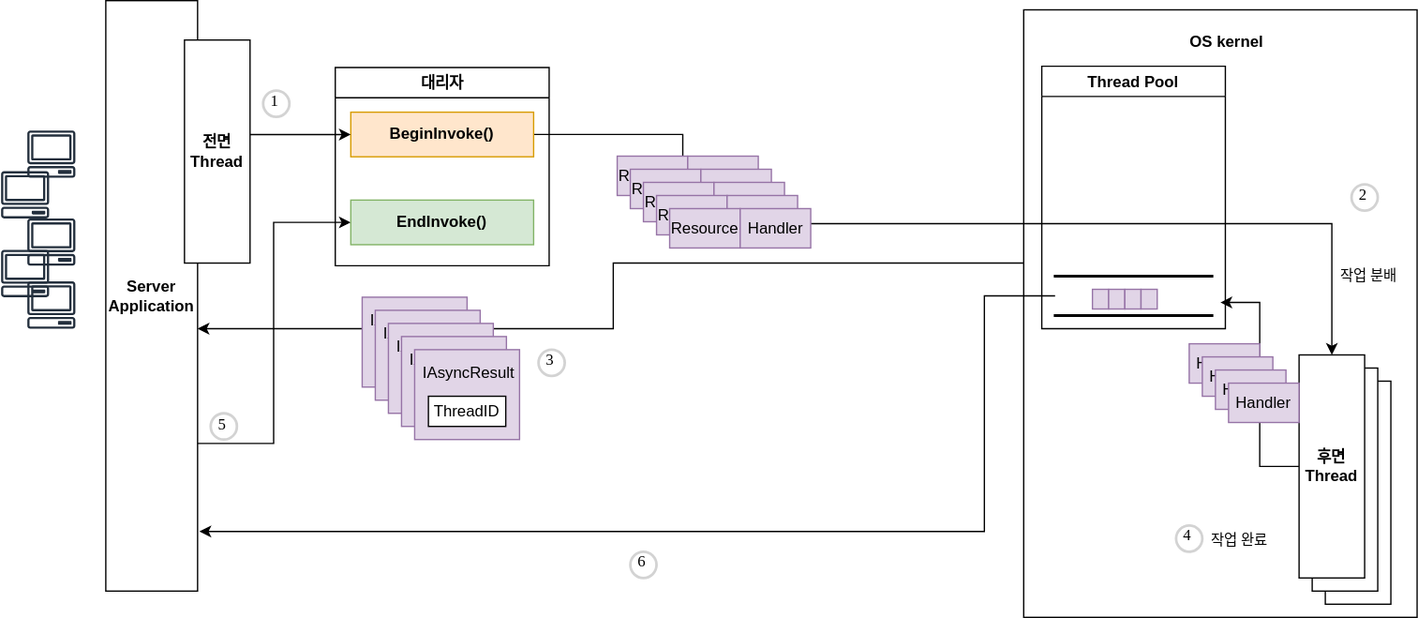
cs-study-org/cs-study keeps this draw.io diagram as 16/yongki/assets/apm-delegate.drawio.svg. Above is the earlier version. Source tidied: cells renumbered, new cells last; positions are measured from the earlier drawing's top-left corner, leaving out a move shared by most shapes.
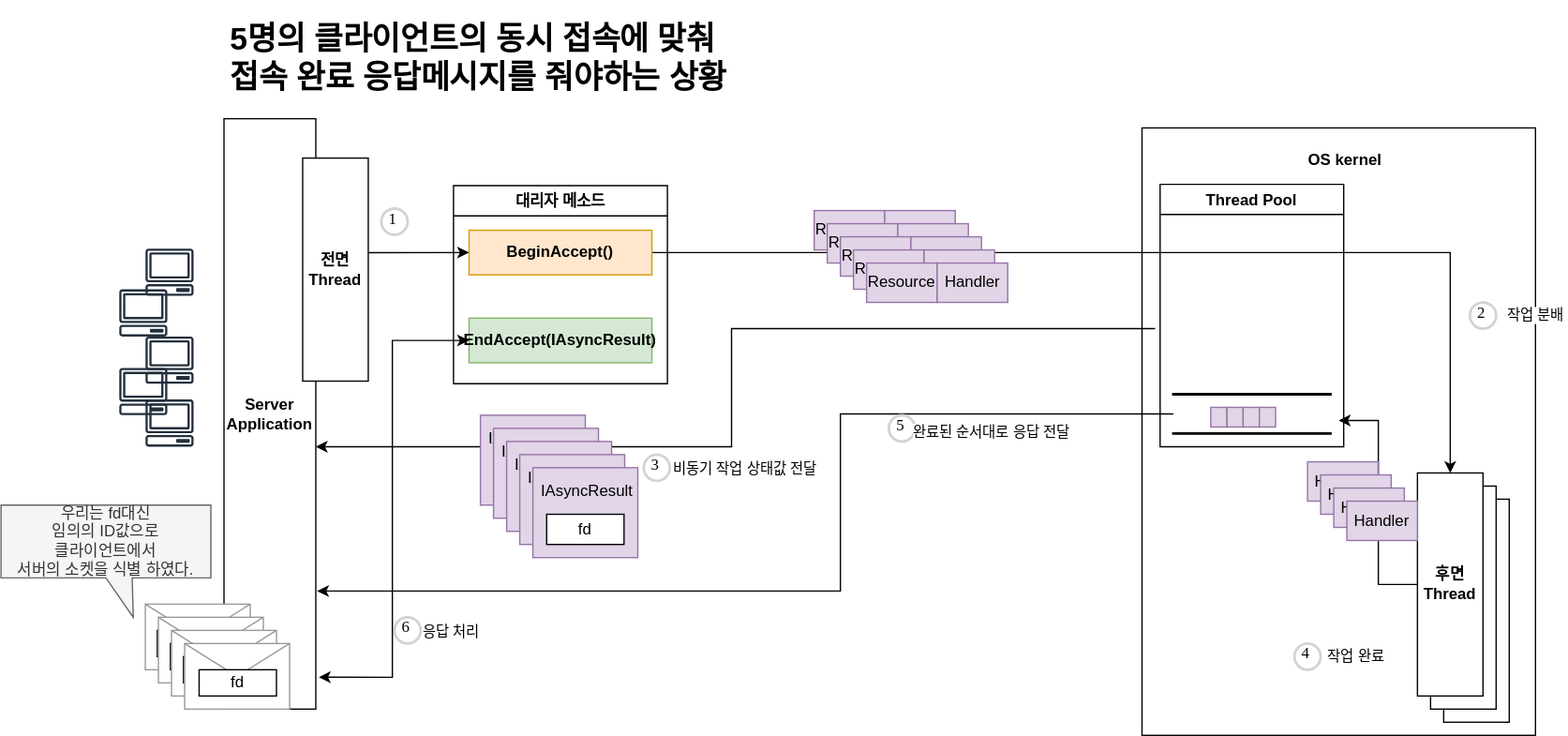
After the commit.

Diff of the diagram source:
```diff
@@ -2,17 +2,21 @@
   <root>
     <mxCell id="0" />
     <mxCell id="1" parent="0" />
+    <mxCell id="76" value="우리는 fd대신&lt;br&gt;임의의 ID값으로 &lt;br&gt;클라이언트에서 &lt;br&gt;서버의 소켓을 식별 하였다." style="shape=callout;whiteSpace=wrap;html=1;perimeter=calloutPerimeter;position2=0.63;fillColor=#f5f5f5;strokeColor=#666666;fontColor=#333333;" parent="1" vertex="1">
+      <mxGeometry x="-90" y="294.5" width="160" height="85.5" as="geometry" />
+    </mxCell>
+    <mxCell id="3" style="rounded=0;whiteSpace=wrap;html=1;" parent="1" vertex="1">
+      <mxGeometry x="780" y="7" width="300" height="463" as="geometry" />
+    </mxCell>
-    <mxCell id="2" style="edgeStyle=elbowEdgeStyle;rounded=0;html=1;exitX=0;exitY=0.75;exitDx=0;exitDy=0;" parent="1" edge="1" source="57">
+    <mxCell id="2" style="edgeStyle=elbowEdgeStyle;rounded=0;html=1;" parent="1" edge="1">
       <mxGeometry relative="1" as="geometry">
+        <mxPoint x="790" y="160" as="sourcePoint" />
         <mxPoint x="150" y="250" as="targetPoint" />
         <Array as="points">
           <mxPoint x="467" y="240" />
         </Array>
       </mxGeometry>
     </mxCell>
-    <mxCell id="3" style="rounded=0;whiteSpace=wrap;html=1;" parent="1" vertex="1">
-      <mxGeometry x="780" y="7" width="300" height="463" as="geometry" />
-    </mxCell>
     <mxCell id="4" style="rounded=0;whiteSpace=wrap;html=1;" parent="1" vertex="1">
       <mxGeometry x="1010" y="290" width="50" height="170" as="geometry" />
     </mxCell>
@@ -42,24 +46,19 @@
     <mxCell id="12" style="sketch=0;fontColor=#232F3E;gradientColor=none;fillColor=#232F3D;strokeColor=none;dashed=0;verticalLabelPosition=bottom;verticalAlign=top;align=center;html=1;fontSize=12;fontStyle=0;shape=mxgraph.aws4.client;" parent="1" vertex="1">
       <mxGeometry x="20" y="214" width="37" height="36" as="geometry" />
     </mxCell>
-    <mxCell id="13" style="edgeStyle=elbowEdgeStyle;rounded=0;html=1;exitX=1;exitY=0.75;exitDx=0;exitDy=0;entryX=0;entryY=0.5;entryDx=0;entryDy=0;" parent="1" edge="1" source="14" target="25">
-      <mxGeometry relative="1" as="geometry" />
-    </mxCell>
     <mxCell id="14" value="&lt;b&gt;Server&lt;br&gt;Application&lt;br&gt;&lt;/b&gt;" style="rounded=0;whiteSpace=wrap;html=1;" parent="1" vertex="1">
       <mxGeometry x="80" width="70" height="450" as="geometry" />
     </mxCell>
     <mxCell id="15" style="edgeStyle=orthogonalEdgeStyle;html=1;entryX=0.5;entryY=0;entryDx=0;entryDy=0;rounded=0;exitX=1;exitY=0.5;exitDx=0;exitDy=0;" parent="1" edge="1" source="24" target="7">
       <mxGeometry relative="1" as="geometry">
         <Array as="points">
-          <mxPoint x="520" y="102" />
-          <mxPoint x="520" y="170" />
-          <mxPoint x="1015" y="170" />
+          <mxPoint x="1015" y="102" />
         </Array>
       </mxGeometry>
     </mxCell>
     <mxCell id="16" value="작업 분배" style="edgeLabel;html=1;align=center;verticalAlign=middle;" parent="15" vertex="1">
       <mxGeometry x="-0.03" y="3" relative="1" as="geometry">
-        <mxPoint x="327" y="42" as="offset" />
+        <mxPoint x="296" y="51" as="offset" />
       </mxGeometry>
     </mxCell>
     <mxCell id="17" value="&lt;b&gt;OS kernel&lt;/b&gt;" style="text;html=1;strokeColor=none;fillColor=none;align=center;verticalAlign=middle;whiteSpace=wrap;rounded=0;" parent="1" vertex="1">
@@ -78,22 +77,22 @@
       <mxGeometry x="1030" y="140" width="20" height="20" as="geometry" />
     </mxCell>
     <mxCell id="22" value="3" style="ellipse;whiteSpace=wrap;html=1;strokeWidth=2;fontFamily=Tahoma;spacingBottom=4;spacingRight=2;strokeColor=#d3d3d3;" parent="1" vertex="1">
-      <mxGeometry x="410" y="266" width="20" height="20" as="geometry" />
+      <mxGeometry x="400" y="256" width="20" height="20" as="geometry" />
     </mxCell>
-    <mxCell id="23" value="대리자" style="swimlane;" parent="1" vertex="1">
+    <mxCell id="23" value="대리자 메소드" style="swimlane;" parent="1" vertex="1">
       <mxGeometry x="255" y="51" width="163.1" height="151" as="geometry" />
     </mxCell>
-    <mxCell id="24" value="&lt;b&gt;BeginInvoke()&lt;/b&gt;" style="rounded=0;whiteSpace=wrap;html=1;fillColor=#ffe6cc;strokeColor=#d79b00;" parent="23" vertex="1">
+    <mxCell id="24" value="&lt;b&gt;BeginAccept()&lt;/b&gt;" style="rounded=0;whiteSpace=wrap;html=1;fillColor=#ffe6cc;strokeColor=#d79b00;" parent="23" vertex="1">
       <mxGeometry x="11.8" y="34" width="139.4" height="34" as="geometry" />
     </mxCell>
-    <mxCell id="25" value="&lt;b&gt;EndInvoke()&lt;/b&gt;" style="rounded=0;whiteSpace=wrap;html=1;fillColor=#d5e8d4;strokeColor=#82b366;" parent="23" vertex="1">
+    <mxCell id="25" value="&lt;b&gt;EndAccept(IAsyncResult)&lt;/b&gt;" style="rounded=0;whiteSpace=wrap;html=1;fillColor=#d5e8d4;strokeColor=#82b366;" parent="23" vertex="1">
       <mxGeometry x="11.8" y="101" width="139.4" height="34" as="geometry" />
     </mxCell>
     <mxCell id="26" value="Resource" style="rounded=0;whiteSpace=wrap;html=1;fillColor=#e1d5e7;strokeColor=#9673a6;" parent="1" vertex="1">
-      <mxGeometry x="470" y="118.5" width="53.8" height="30" as="geometry" />
+      <mxGeometry x="530" y="70" width="53.8" height="30" as="geometry" />
     </mxCell>
     <mxCell id="27" value="Handler" style="rounded=0;whiteSpace=wrap;html=1;fillColor=#e1d5e7;strokeColor=#9673a6;" parent="1" vertex="1">
-      <mxGeometry x="523.8" y="118.5" width="53.8" height="30" as="geometry" />
+      <mxGeometry x="583.8" y="70" width="53.8" height="30" as="geometry" />
     </mxCell>
     <mxCell id="28" style="rounded=0;whiteSpace=wrap;html=1;fillColor=#e1d5e7;strokeColor=#9673a6;" parent="1" vertex="1">
       <mxGeometry x="275.5" y="226" width="80" height="68.5" as="geometry" />
@@ -167,7 +166,7 @@
     <mxCell id="51" style="shape=partialRectangle;fillColor=none;top=0;left=0;bottom=0;right=0;" parent="50" vertex="1">
       <mxGeometry width="59" height="23" as="geometry" />
     </mxCell>
-    <mxCell id="52" value="ThreadID" style="shape=partialRectangle;html=1;whiteSpace=wrap;overflow=hidden;fillColor=none;top=0;left=0;bottom=0;right=0;" parent="51" vertex="1">
+    <mxCell id="52" value="fd" style="shape=partialRectangle;html=1;whiteSpace=wrap;overflow=hidden;fillColor=none;top=0;left=0;bottom=0;right=0;" parent="51" vertex="1">
       <mxGeometry width="59" height="23" as="geometry" />
     </mxCell>
     <mxCell id="53" value="1" style="ellipse;whiteSpace=wrap;html=1;strokeWidth=2;fontFamily=Tahoma;spacingBottom=4;spacingRight=2;strokeColor=#d3d3d3;" parent="1" vertex="1">
@@ -197,10 +196,13 @@
     <mxCell id="61" style="rounded=0;whiteSpace=wrap;html=1;fillColor=#e1d5e7;strokeColor=#9673a6;" parent="1" vertex="1">
       <mxGeometry x="869.5" y="220" width="12.3" height="15" as="geometry" />
     </mxCell>
-    <mxCell id="62" style="edgeStyle=elbowEdgeStyle;rounded=0;html=1;entryX=1.02;entryY=0.899;entryDx=0;entryDy=0;entryPerimeter=0;" parent="1" edge="1" source="63" target="14">
+    <mxCell id="62" style="edgeStyle=orthogonalEdgeStyle;rounded=0;html=1;exitX=0;exitY=0.5;exitDx=0;exitDy=0;elbow=vertical;" parent="1" edge="1" source="63">
       <mxGeometry relative="1" as="geometry">
+        <mxPoint x="151" y="360" as="targetPoint" />
         <Array as="points">
-          <mxPoint x="750" y="320" />
+          <mxPoint x="550" y="225" />
+          <mxPoint x="550" y="360" />
+          <mxPoint x="151" y="360" />
         </Array>
       </mxGeometry>
     </mxCell>
@@ -214,34 +216,103 @@
       <mxGeometry x="943.1" y="410" as="geometry" />
     </mxCell>
     <mxCell id="66" value="Resource" style="rounded=0;whiteSpace=wrap;html=1;fillColor=#e1d5e7;strokeColor=#9673a6;" parent="1" vertex="1">
-      <mxGeometry x="480" y="128.5" width="53.8" height="30" as="geometry" />
+      <mxGeometry x="540" y="80" width="53.8" height="30" as="geometry" />
     </mxCell>
     <mxCell id="67" value="Handler" style="rounded=0;whiteSpace=wrap;html=1;fillColor=#e1d5e7;strokeColor=#9673a6;" parent="1" vertex="1">
-      <mxGeometry x="533.8" y="128.5" width="53.8" height="30" as="geometry" />
+      <mxGeometry x="593.8" y="80" width="53.8" height="30" as="geometry" />
     </mxCell>
     <mxCell id="68" value="Resource" style="rounded=0;whiteSpace=wrap;html=1;fillColor=#e1d5e7;strokeColor=#9673a6;" parent="1" vertex="1">
-      <mxGeometry x="490" y="138.5" width="53.8" height="30" as="geometry" />
+      <mxGeometry x="550" y="90" width="53.8" height="30" as="geometry" />
     </mxCell>
     <mxCell id="69" value="Handler" style="rounded=0;whiteSpace=wrap;html=1;fillColor=#e1d5e7;strokeColor=#9673a6;" parent="1" vertex="1">
-      <mxGeometry x="543.8" y="138.5" width="53.8" height="30" as="geometry" />
+      <mxGeometry x="603.8" y="90" width="53.8" height="30" as="geometry" />
     </mxCell>
     <mxCell id="70" value="Resource" style="rounded=0;whiteSpace=wrap;html=1;fillColor=#e1d5e7;strokeColor=#9673a6;" parent="1" vertex="1">
-      <mxGeometry x="500" y="148.5" width="53.8" height="30" as="geometry" />
+      <mxGeometry x="560" y="100" width="53.8" height="30" as="geometry" />
     </mxCell>
     <mxCell id="71" value="Handler" style="rounded=0;whiteSpace=wrap;html=1;fillColor=#e1d5e7;strokeColor=#9673a6;" parent="1" vertex="1">
-      <mxGeometry x="553.8" y="148.5" width="53.8" height="30" as="geometry" />
+      <mxGeometry x="613.8" y="100" width="53.8" height="30" as="geometry" />
     </mxCell>
     <mxCell id="72" value="Resource" style="rounded=0;whiteSpace=wrap;html=1;fillColor=#e1d5e7;strokeColor=#9673a6;" parent="1" vertex="1">
-      <mxGeometry x="510" y="158.5" width="53.8" height="30" as="geometry" />
+      <mxGeometry x="570" y="110" width="53.8" height="30" as="geometry" />
     </mxCell>
     <mxCell id="73" value="Handler" style="rounded=0;whiteSpace=wrap;html=1;fillColor=#e1d5e7;strokeColor=#9673a6;" parent="1" vertex="1">
-      <mxGeometry x="563.8" y="158.5" width="53.8" height="30" as="geometry" />
+      <mxGeometry x="623.8" y="110" width="53.8" height="30" as="geometry" />
     </mxCell>
     <mxCell id="74" value="5" style="ellipse;whiteSpace=wrap;html=1;strokeWidth=2;fontFamily=Tahoma;spacingBottom=4;spacingRight=2;strokeColor=#d3d3d3;" parent="1" vertex="1">
-      <mxGeometry x="160" y="314.5" width="20" height="20" as="geometry" />
+      <mxGeometry x="586.9" y="226" width="20" height="20" as="geometry" />
     </mxCell>
     <mxCell id="75" value="6" style="ellipse;whiteSpace=wrap;html=1;strokeWidth=2;fontFamily=Tahoma;spacingBottom=4;spacingRight=2;strokeColor=#d3d3d3;" parent="1" vertex="1">
-      <mxGeometry x="480" y="420" width="20" height="20" as="geometry" />
+      <mxGeometry x="210" y="380" width="20" height="20" as="geometry" />
     </mxCell>
+    <mxCell id="77" value="&lt;h1&gt;5명의 클라이언트의 동시 접속에 맞춰&lt;br&gt;접속 완료 응답메시지를 줘야하는 상황&lt;/h1&gt;" style="text;html=1;strokeColor=none;fillColor=none;spacing=5;spacingTop=-20;whiteSpace=wrap;overflow=hidden;rounded=0;" parent="1" vertex="1">
+      <mxGeometry x="80" y="-80" width="690" height="70" as="geometry" />
+    </mxCell>
+    <mxCell id="78" style="verticalLabelPosition=bottom;shadow=0;dashed=0;align=center;html=1;verticalAlign=top;strokeWidth=1;shape=mxgraph.mockup.misc.mail2;strokeColor=#999999;" parent="1" vertex="1">
+      <mxGeometry x="20" y="370" width="80" height="50" as="geometry" />
+    </mxCell>
+    <mxCell id="79" style="shape=table;startSize=0;" parent="1" vertex="1">
+      <mxGeometry x="29.1" y="390" width="59" height="20" as="geometry" />
+    </mxCell>
+    <mxCell id="80" style="shape=partialRectangle;fillColor=none;top=0;left=0;bottom=0;right=0;" parent="79" vertex="1">
+      <mxGeometry width="59" height="20" as="geometry" />
+    </mxCell>
+    <mxCell id="81" value="fd" style="shape=partialRectangle;html=1;whiteSpace=wrap;overflow=hidden;fillColor=none;top=0;left=0;bottom=0;right=0;" parent="80" vertex="1">
+      <mxGeometry width="59" height="20" as="geometry" />
+    </mxCell>
+    <mxCell id="82" style="verticalLabelPosition=bottom;shadow=0;dashed=0;align=center;html=1;verticalAlign=top;strokeWidth=1;shape=mxgraph.mockup.misc.mail2;strokeColor=#999999;" parent="1" vertex="1">
+      <mxGeometry x="30" y="380" width="80" height="50" as="geometry" />
+    </mxCell>
+    <mxCell id="83" style="shape=table;startSize=0;" parent="1" vertex="1">
+      <mxGeometry x="39.1" y="400" width="59" height="20" as="geometry" />
+    </mxCell>
+    <mxCell id="84" style="shape=partialRectangle;fillColor=none;top=0;left=0;bottom=0;right=0;" parent="83" vertex="1">
+      <mxGeometry width="59" height="20" as="geometry" />
+    </mxCell>
+    <mxCell id="85" value="fd" style="shape=partialRectangle;html=1;whiteSpace=wrap;overflow=hidden;fillColor=none;top=0;left=0;bottom=0;right=0;" parent="84" vertex="1">
+      <mxGeometry width="59" height="20" as="geometry" />
+    </mxCell>
+    <mxCell id="86" style="verticalLabelPosition=bottom;shadow=0;dashed=0;align=center;html=1;verticalAlign=top;strokeWidth=1;shape=mxgraph.mockup.misc.mail2;strokeColor=#999999;" parent="1" vertex="1">
+      <mxGeometry x="40" y="390" width="80" height="50" as="geometry" />
+    </mxCell>
+    <mxCell id="87" style="shape=table;startSize=0;" parent="1" vertex="1">
+      <mxGeometry x="49.1" y="410" width="59" height="20" as="geometry" />
+    </mxCell>
+    <mxCell id="88" style="shape=partialRectangle;fillColor=none;top=0;left=0;bottom=0;right=0;" parent="87" vertex="1">
+      <mxGeometry width="59" height="20" as="geometry" />
+    </mxCell>
+    <mxCell id="89" value="fd" style="shape=partialRectangle;html=1;whiteSpace=wrap;overflow=hidden;fillColor=none;top=0;left=0;bottom=0;right=0;" parent="88" vertex="1">
+      <mxGeometry width="59" height="20" as="geometry" />
+    </mxCell>
+    <mxCell id="90" style="verticalLabelPosition=bottom;shadow=0;dashed=0;align=center;html=1;verticalAlign=top;strokeWidth=1;shape=mxgraph.mockup.misc.mail2;strokeColor=#999999;" parent="1" vertex="1">
+      <mxGeometry x="50" y="400" width="80" height="50" as="geometry" />
+    </mxCell>
+    <mxCell id="91" style="edgeStyle=orthogonalEdgeStyle;html=1;entryX=1.033;entryY=0.946;entryDx=0;entryDy=0;entryPerimeter=0;rounded=0;startArrow=classic;startFill=1;" parent="1" edge="1" source="25" target="14">
+      <mxGeometry relative="1" as="geometry" />
+    </mxCell>
+    <mxCell id="92" style="shape=table;startSize=0;" parent="1" vertex="1">
+      <mxGeometry x="61" y="420" width="59" height="20" as="geometry" />
+    </mxCell>
+    <mxCell id="93" style="shape=partialRectangle;fillColor=none;top=0;left=0;bottom=0;right=0;" parent="92" vertex="1">
+      <mxGeometry width="59" height="20" as="geometry" />
+    </mxCell>
+    <mxCell id="94" value="fd" style="shape=partialRectangle;html=1;whiteSpace=wrap;overflow=hidden;fillColor=none;top=0;left=0;bottom=0;right=0;" parent="93" vertex="1">
+      <mxGeometry width="59" height="20" as="geometry" />
+    </mxCell>
+    <mxCell id="95" value="완료된 순서대로 응답 전달" style="edgeLabel;html=1;align=center;verticalAlign=middle;" parent="1" vertex="1">
+      <mxGeometry x="667.6" y="235" as="geometry">
+        <mxPoint x="-3" y="4" as="offset" />
+      </mxGeometry>
+    </mxCell>
+    <mxCell id="96" value="비동기 작업 상태값 전달" style="edgeLabel;html=1;align=center;verticalAlign=middle;" parent="1" vertex="1">
+      <mxGeometry x="450" y="269" as="geometry">
+        <mxPoint x="27" y="-2" as="offset" />
+      </mxGeometry>
+    </mxCell>
+    <mxCell id="97" value="응답 처리" style="edgeLabel;html=1;align=center;verticalAlign=middle;" parent="1" vertex="1">
+      <mxGeometry x="295.5" y="395" as="geometry">
+        <mxPoint x="-43" y="-4" as="offset" />
+      </mxGeometry>
+    </mxCell>
   </root>
 </mxGraphModel>
```
